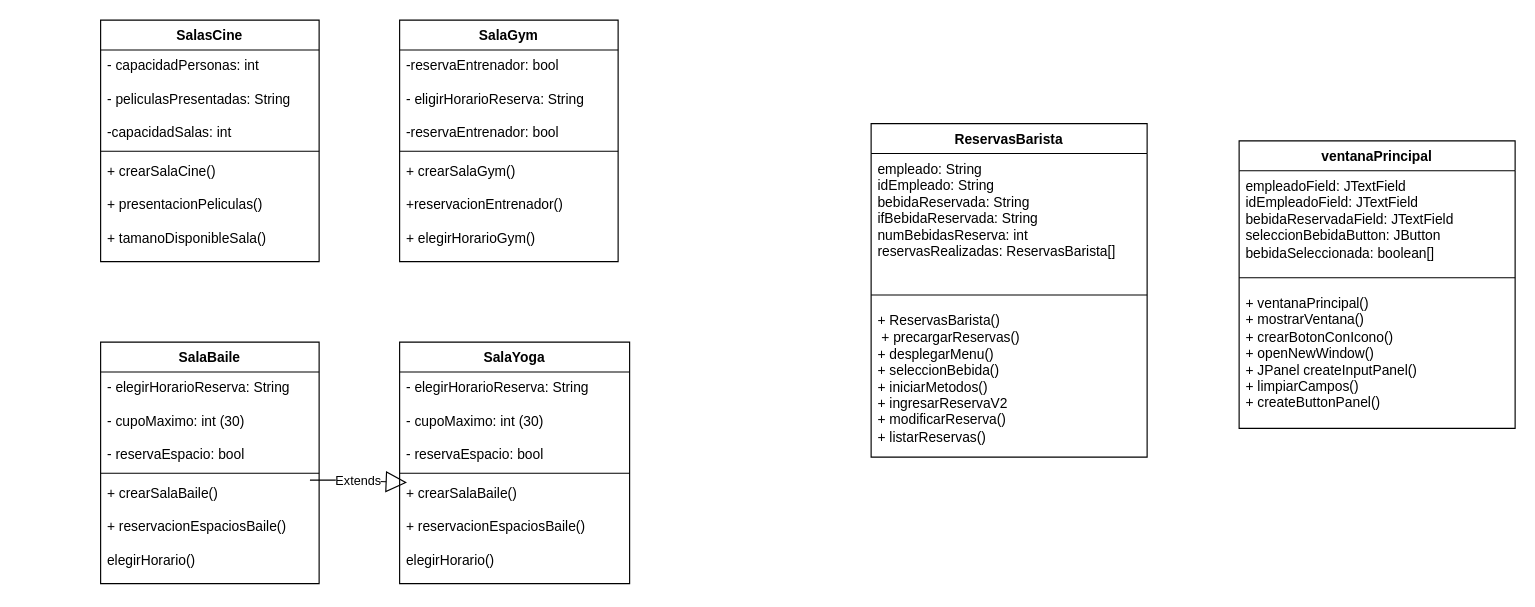
This is SistemaReservasJava.drawio from handelenriquezacuna/javaSistemaReserva, a draw.io file, before an edit. Source tidied: cells renumbered, new cells numbered last; positions are measured from the earlier drawing's top-left corner, leaving out a move shared by most shapes. Both pictures are drawn from the tidied source at 115%, with x=0, y=0 at pixel (100, 20).
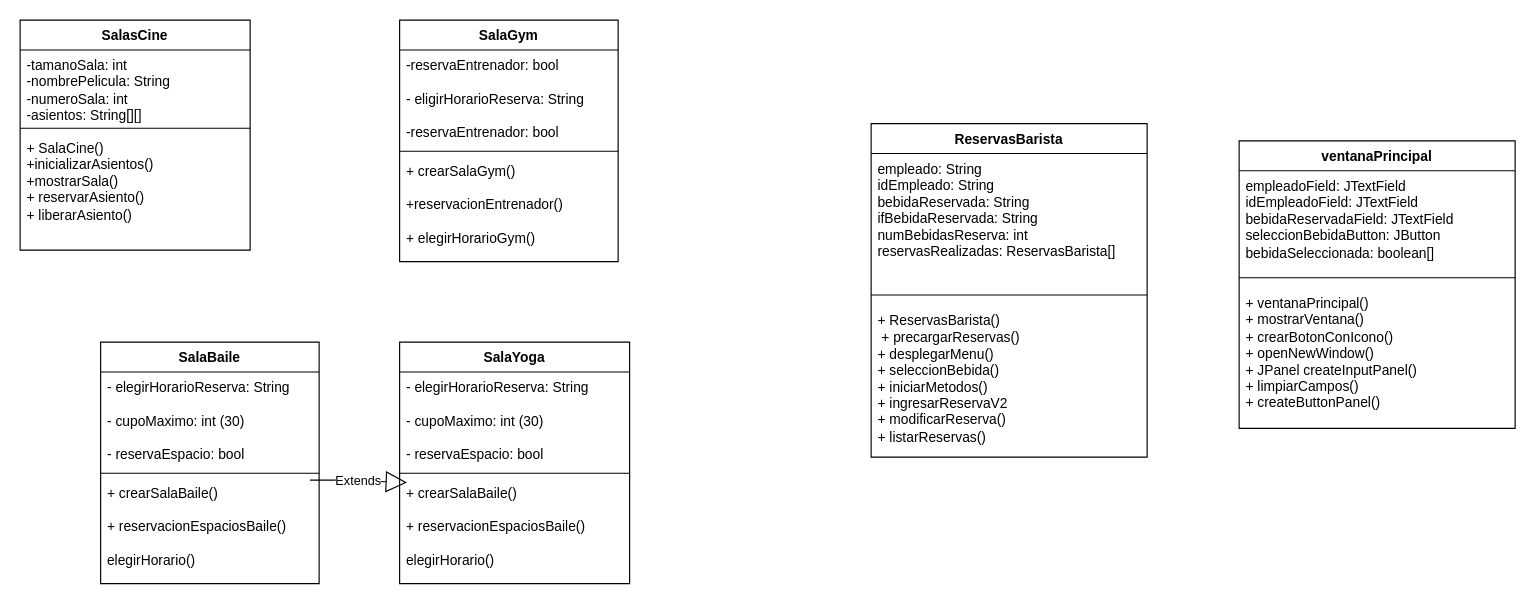
After the change.

The edit, as a diff of the source:
```diff
@@
     <mxCell id="2" value="SalasCine&lt;div&gt;&lt;br&gt;&lt;/div&gt;" style="swimlane;fontStyle=1;align=center;verticalAlign=top;horizontal=1;startSize=26;whiteSpace=wrap;html=1;" parent="1" vertex="1">
-      <mxGeometry width="190" height="210" as="geometry" />
+      <mxGeometry x="-70" width="200" height="200" as="geometry" />
     </mxCell>
-    <mxCell id="3" value="- capacidadPersonas: int&lt;div&gt;&lt;br&gt;&lt;div&gt;- peliculasPresentadas: String&lt;/div&gt;&lt;/div&gt;&lt;div&gt;&lt;br&gt;&lt;/div&gt;&lt;div&gt;-capacidadSalas: int&amp;nbsp;&lt;/div&gt;" style="text;strokeColor=none;fillColor=none;align=left;verticalAlign=top;spacingLeft=4;spacingRight=4;overflow=hidden;whiteSpace=wrap;html=1;" parent="2" vertex="1">
-      <mxGeometry y="26" width="190" height="84" as="geometry" />
+    <mxCell id="3" value="&lt;div&gt;&lt;span style=&quot;background-color: initial; color: rgb(0, 0, 0); --darkreader-inline-bgcolor: initial; --darkreader-inline-color: #fffffc;&quot;&gt;-tamanoSala: int&lt;/span&gt;&lt;/div&gt;&lt;div&gt;&lt;div&gt;-nombrePelicula: String&lt;/div&gt;&lt;/div&gt;&lt;div&gt;-numeroSala: int&amp;nbsp;&lt;/div&gt;&lt;div&gt;-asientos: String[][]&lt;/div&gt;" style="text;strokeColor=none;fillColor=none;align=left;verticalAlign=top;spacingLeft=4;spacingRight=4;overflow=hidden;whiteSpace=wrap;html=1;" parent="2" vertex="1">
+      <mxGeometry y="26" width="200" height="64" as="geometry" />
     </mxCell>
     <mxCell id="4" style="line;strokeWidth=1;fillColor=none;align=left;verticalAlign=middle;spacingTop=-1;spacingLeft=3;spacingRight=3;labelPosition=right;strokeColor=inherit;" parent="2" vertex="1">
-      <mxGeometry y="110" width="190" height="8" as="geometry" />
+      <mxGeometry y="90" width="200" height="8" as="geometry" />
     </mxCell>
-    <mxCell id="5" value="+ crearSalaCine()&lt;div&gt;&lt;br&gt;&lt;/div&gt;&lt;div&gt;+ presentacionPeliculas()&lt;/div&gt;&lt;div&gt;&lt;br&gt;&lt;/div&gt;&lt;div&gt;+ tamanoDisponibleSala()&lt;br&gt;&lt;div&gt;&lt;br&gt;&lt;/div&gt;&lt;/div&gt;" style="text;strokeColor=none;fillColor=none;align=left;verticalAlign=top;spacingLeft=4;spacingRight=4;overflow=hidden;whiteSpace=wrap;html=1;" parent="2" vertex="1">
-      <mxGeometry y="118" width="190" height="92" as="geometry" />
+    <mxCell id="5" value="&lt;div&gt;&lt;div&gt;&lt;span style=&quot;background-color: initial; color: rgb(0, 0, 0); --darkreader-inline-bgcolor: initial; --darkreader-inline-color: #fffffc;&quot;&gt;+ SalaCine&lt;/span&gt;&lt;span style=&quot;background-color: initial; color: rgb(0, 0, 0); --darkreader-inline-bgcolor: initial; --darkreader-inline-color: #fffffc;&quot;&gt;(&lt;/span&gt;&lt;span style=&quot;background-color: initial; color: rgb(0, 0, 0); --darkreader-inline-bgcolor: initial; --darkreader-inline-color: #fffffc;&quot;&gt;)&lt;/span&gt;&lt;/div&gt;&lt;div&gt;+inicializarAsientos()&lt;/div&gt;&lt;div&gt;+mostrarSala()&lt;/div&gt;&lt;div&gt;+ reservarAsiento()&lt;/div&gt;&lt;div&gt;+ liberarAsiento()&lt;br&gt;&lt;div&gt;&lt;br&gt;&lt;/div&gt;&lt;/div&gt;&lt;/div&gt;" style="text;strokeColor=none;fillColor=none;align=left;verticalAlign=top;spacingLeft=4;spacingRight=4;overflow=hidden;whiteSpace=wrap;html=1;" parent="2" vertex="1">
+      <mxGeometry y="98" width="200" height="102" as="geometry" />
     </mxCell>
```
